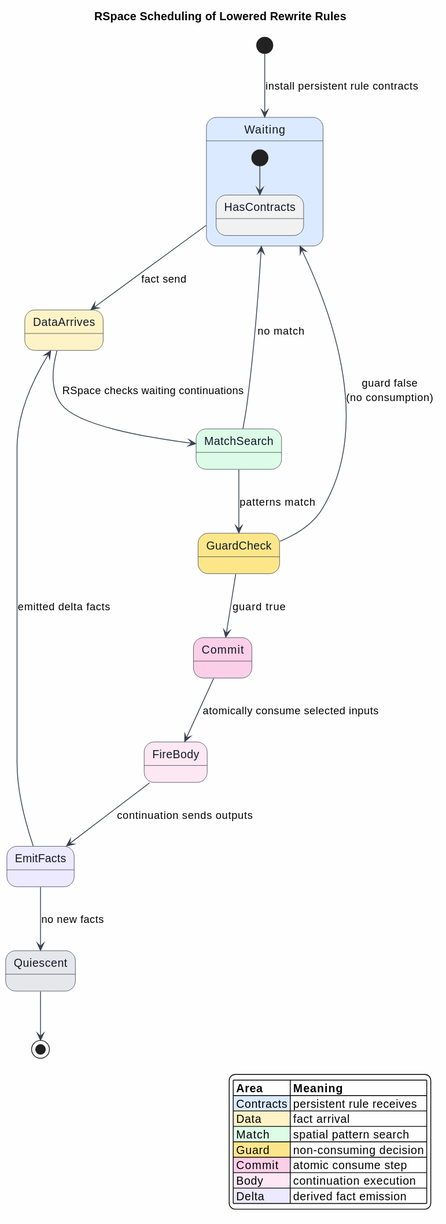
Earlier version of the PlantUML export docs/architecture/rho-native-integration/figures/05-rspace-parallel-scheduling.svg (F1R3FLY-io/mettail-rust).
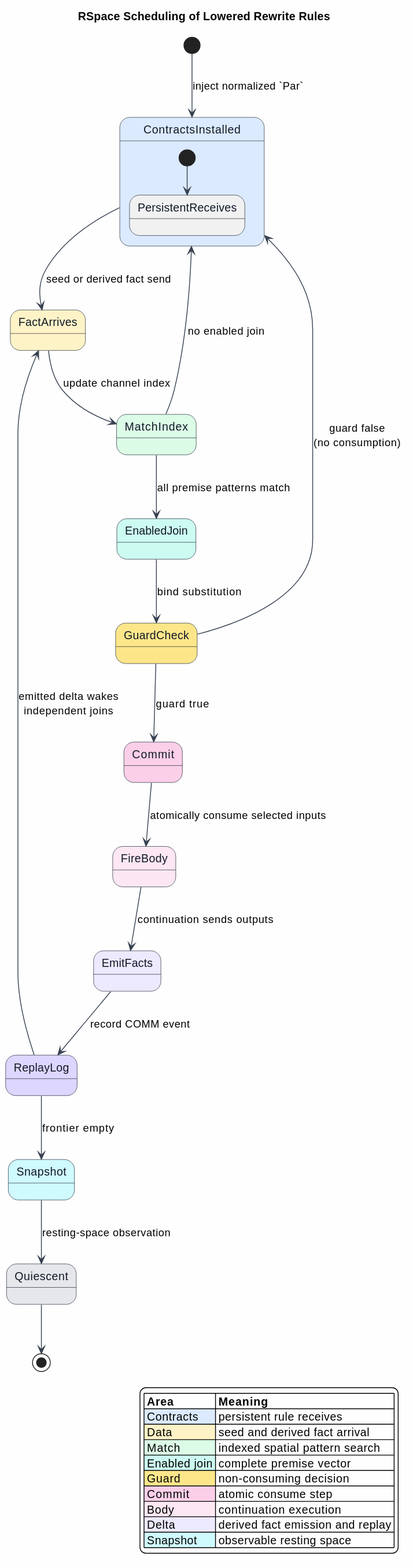
The same file after the commit.

Change to the diagram source:
```diff
@@ -9,39 +9,47 @@
   ArrowColor #374151
 }
 
-[*] --> Waiting : install persistent rule contracts
+[*] --> ContractsInstalled : inject normalized `Par`
 
-state Waiting #DBEAFE {
-  [*] --> HasContracts
+state ContractsInstalled #DBEAFE {
+  [*] --> PersistentReceives
 }
-state DataArrives #FEF3C7
-state MatchSearch #DCFCE7
+state FactArrives #FEF3C7
+state MatchIndex #DCFCE7
 state GuardCheck #FDE68A
+state EnabledJoin #CCFBF1
 state Commit #FBCFE8
 state FireBody #FCE7F3
 state EmitFacts #EDE9FE
+state ReplayLog #DDD6FE
+state Snapshot #CFFAFE
 state Quiescent #E5E7EB
 
-Waiting --> DataArrives : fact send
-DataArrives --> MatchSearch : RSpace checks waiting continuations
-MatchSearch --> GuardCheck : patterns match
-MatchSearch --> Waiting : no match
+ContractsInstalled --> FactArrives : seed or derived fact send
+FactArrives --> MatchIndex : update channel index
+MatchIndex --> EnabledJoin : all premise patterns match
+MatchIndex --> ContractsInstalled : no enabled join
+EnabledJoin --> GuardCheck : bind substitution
 GuardCheck --> Commit : guard true
-GuardCheck --> Waiting : guard false\n(no consumption)
+GuardCheck --> ContractsInstalled : guard false\n(no consumption)
 Commit --> FireBody : atomically consume selected inputs
 FireBody --> EmitFacts : continuation sends outputs
-EmitFacts --> DataArrives : emitted delta facts
-EmitFacts --> Quiescent : no new facts
+EmitFacts --> ReplayLog : record COMM event
+ReplayLog --> FactArrives : emitted delta wakes\nindependent joins
+ReplayLog --> Snapshot : frontier empty
+Snapshot --> Quiescent : resting-space observation
 Quiescent --> [*]
 
 legend right
 |= Area |= Meaning |
 |<#DBEAFE> Contracts | persistent rule receives |
-|<#FEF3C7> Data | fact arrival |
-|<#DCFCE7> Match | spatial pattern search |
+|<#FEF3C7> Data | seed and derived fact arrival |
+|<#DCFCE7> Match | indexed spatial pattern search |
+|<#CCFBF1> Enabled join | complete premise vector |
 |<#FDE68A> Guard | non-consuming decision |
 |<#FBCFE8> Commit | atomic consume step |
 |<#FCE7F3> Body | continuation execution |
-|<#EDE9FE> Delta | derived fact emission |
+|<#EDE9FE> Delta | derived fact emission and replay |
+|<#CFFAFE> Snapshot | observable resting space |
 endlegend
 @enduml
```
